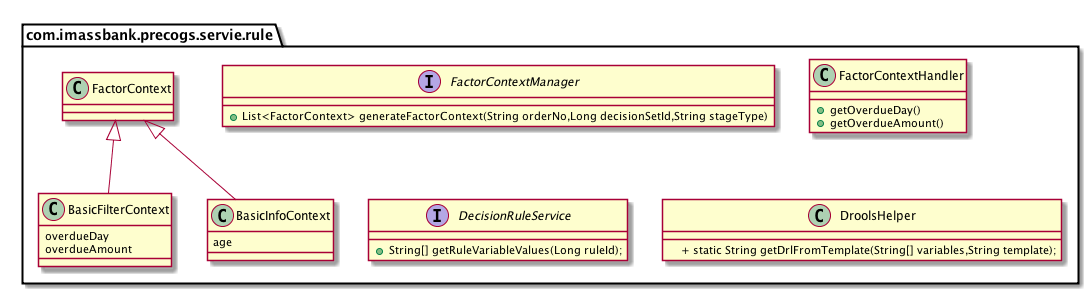
Earlier version of the PlantUML export images/risk/ClassDiagram-ruleInterface.png (feidragon/feidragon.github.io).
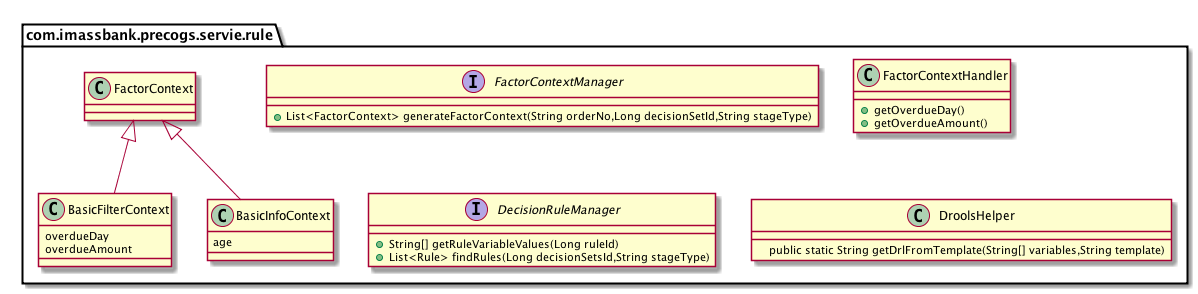
Later version of the same file.

Change to the diagram source:
```diff
@@ -23,14 +23,14 @@
     + getOverdueAmount()
   }
 
-  interface DecisionRuleService{
-    + String[] getRuleVariableValues(Long ruleId);
-
+  interface DecisionRuleManager{
+    + String[] getRuleVariableValues(Long ruleId)
+    + List<Rule> findRules(Long decisionSetsId,String stageType)
   }
 
   class DroolsHelper{
 
-    + static String getDrlFromTemplate(String[] variables,String template);
+    public static String getDrlFromTemplate(String[] variables,String template)
 
   }
 
```
